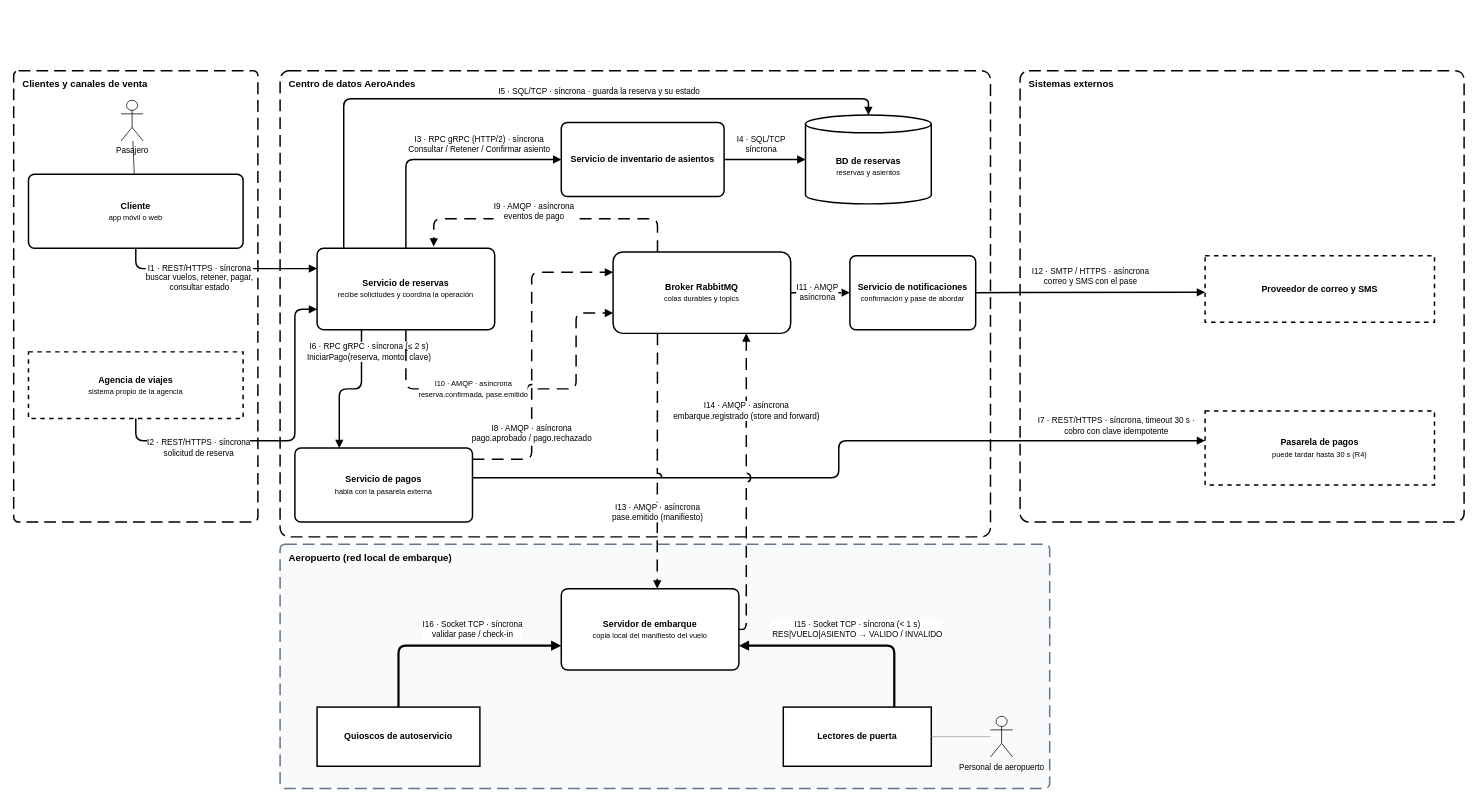
Earlier version of the draw.io diagram Diagrama AeroAndes_comunicacion MPZ.drawio (iMouraad/APPD_MPZ). Source tidied: cells renumbered, new cells numbered last; positions are measured from the earlier drawing's top-left corner, leaving out a move shared by most shapes. Both pictures are drawn from the tidied source at 74%, with x=0, y=0 at pixel (13, 70).
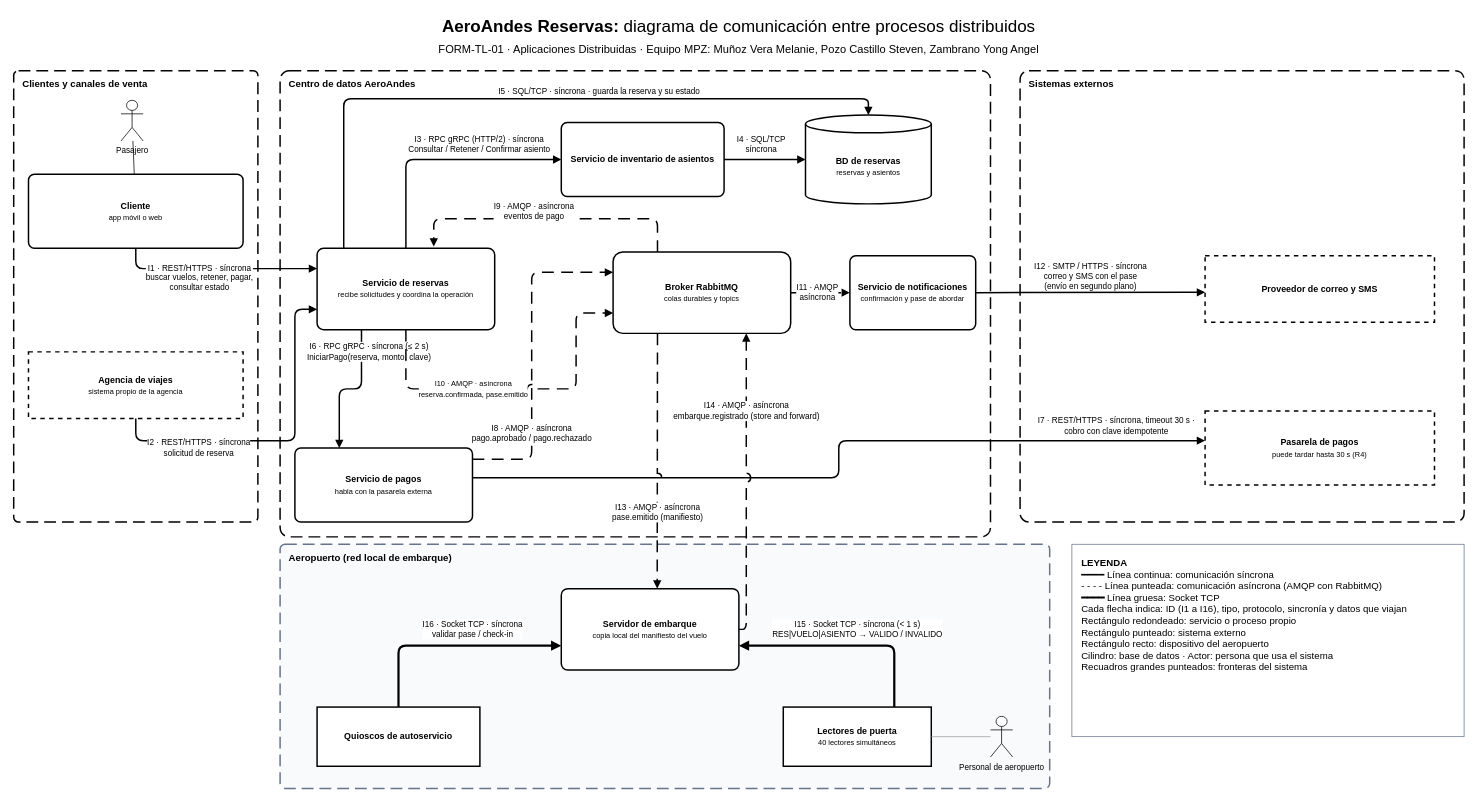
The same diagram, later.

Commit message (it also covers changes not shown here):
Corregí el envío de avisos y el número de lectores

The change refers to these unchanged cells:
```xml
<mxCell id="14" value="&lt;b&gt;Servicio de notificaciones&lt;/b&gt;&lt;br&gt;&lt;font style=&quot;font-size:10px&quot;&gt;confirmación y pase de abordar&lt;/font&gt;" style="rounded=1;arcSize=8;whiteSpace=wrap;html=1;strokeWidth=2;fontSize=12;fontColor=#000000;" parent="1" vertex="1">
  <mxGeometry x="1130" y="250" width="170" height="100" as="geometry" />
</mxCell>
<mxCell id="16" value="&lt;b&gt;Proveedor de correo y SMS&lt;/b&gt;&lt;br&gt;&lt;font style=&quot;font-size:10px&quot;&gt;&lt;/font&gt;" style="rounded=0;whiteSpace=wrap;html=1;dashed=1;strokeWidth=2;fontSize=12;fontColor=#000000;" parent="1" vertex="1">
  <mxGeometry x="1610" y="250" width="310" height="90" as="geometry" />
</mxCell>
```

Change to the diagram source:
```diff
@@
-    <mxCell id="19" value="&lt;b&gt;Lectores de puerta&lt;/b&gt;&lt;br&gt;&lt;font style=&quot;font-size:10px&quot;&gt;&lt;/font&gt;" style="rounded=0;whiteSpace=wrap;html=1;strokeWidth=2;fontSize=12;" parent="1" vertex="1">
+    <mxCell id="19" value="&lt;b&gt;Lectores de puerta&lt;/b&gt;&lt;br&gt;&lt;font style=&quot;font-size:10px&quot;&gt;40 lectores simultáneos&lt;/font&gt;" style="rounded=0;whiteSpace=wrap;html=1;strokeWidth=2;fontSize=12;" parent="1" vertex="1">
       <mxGeometry x="1040" y="860" width="200" height="80" as="geometry" />
     </mxCell>
@@
-    <mxCell id="34" value="I12 · SMTP / HTTPS · asíncrona&lt;br&gt;correo y SMS con el pase" style="strokeWidth=2;fontColor=#000000;edgeStyle=orthogonalEdgeStyle;rounded=1;html=1;jumpStyle=arc;jumpSize=10;fontSize=11;labelBackgroundColor=#ffffff;endArrow=block;endFill=1;exitX=1;exitY=0.5;exitDx=0;exitDy=0;entryX=0;entryY=0.55;entryDx=0;entryDy=0;" parent="1" edge="1" source="14" target="16">
+    <mxCell id="34" value="I12 · SMTP / HTTPS · síncrona&lt;br&gt;correo y SMS con el pase&lt;br&gt;(envío en segundo plano)" style="strokeWidth=2;fontColor=#000000;edgeStyle=orthogonalEdgeStyle;rounded=1;html=1;jumpStyle=arc;jumpSize=10;fontSize=11;labelBackgroundColor=#ffffff;endArrow=block;endFill=1;exitX=1;exitY=0.5;exitDx=0;exitDy=0;entryX=0;entryY=0.55;entryDx=0;entryDy=0;" parent="1" edge="1" source="14" target="16">
       <mxGeometry relative="1" as="geometry">
         <mxPoint y="-22" as="offset" />
       </mxGeometry>
     </mxCell>
@@
+    <mxCell id="39" value="&lt;b&gt;AeroAndes Reservas:&lt;/b&gt; diagrama de comunicación entre procesos distribuidos" style="text;html=1;whiteSpace=wrap;align=center;verticalAlign=middle;strokeColor=none;fillColor=none;fontColor=#000000;fontSize=23;" parent="1" vertex="1">
+      <mxGeometry y="-78" width="1960" height="35" as="geometry" />
+    </mxCell>
+    <mxCell id="40" value="FORM-TL-01 · Aplicaciones Distribuidas · Equipo MPZ: Muñoz Vera Melanie, Pozo Castillo Steven, Zambrano Yong Angel" style="text;html=1;whiteSpace=wrap;align=center;verticalAlign=middle;strokeColor=none;fillColor=none;fontColor=#000000;fontSize=15;" parent="1" vertex="1">
+      <mxGeometry y="-43" width="1960" height="25" as="geometry" />
+    </mxCell>
+    <mxCell id="41" value="&lt;b&gt;LEYENDA&lt;/b&gt;&lt;br&gt;━━━━ Línea continua: comunicación síncrona&lt;br&gt;- - - - Línea punteada: comunicación asíncrona (AMQP con RabbitMQ)&lt;br&gt;&lt;b&gt;━━━━&lt;/b&gt; Línea gruesa: Socket TCP&lt;br&gt;Cada flecha indica: ID (I1 a I16), tipo, protocolo, sincronía y datos que viajan&lt;br&gt;Rectángulo redondeado: servicio o proceso propio&lt;br&gt;Rectángulo punteado: sistema externo&lt;br&gt;Rectángulo recto: dispositivo del aeropuerto&lt;br&gt;Cilindro: base de datos · Actor: persona que usa el sistema&lt;br&gt;Recuadros grandes punteados: fronteras del sistema" style="rounded=0;html=1;whiteSpace=wrap;align=left;verticalAlign=top;spacing=13;fontSize=13;strokeColor=#64748b;fillColor=#ffffff;fontColor=#000000;" parent="1" vertex="1">
+      <mxGeometry x="1430" y="640" width="530" height="260" as="geometry" />
+    </mxCell>
```
